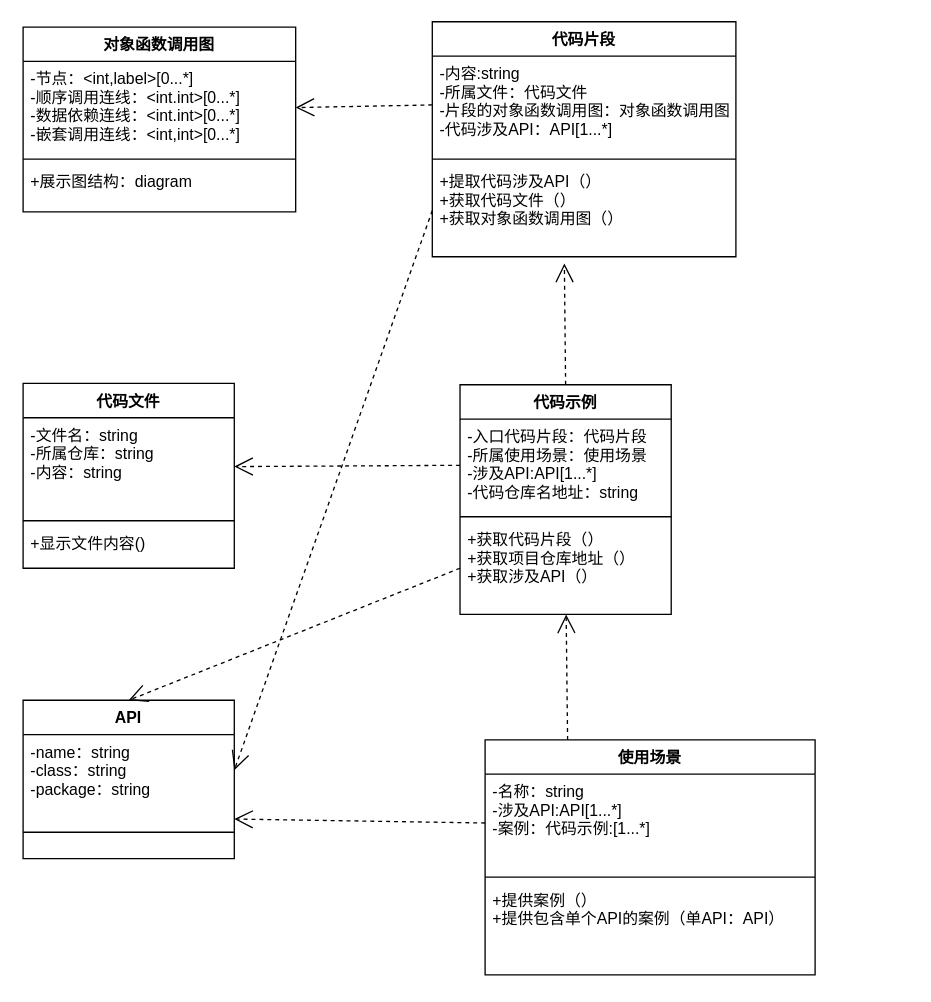
Earlier version of the draw.io diagram class.drawio (quackson/Class_pic). Source tidied: cells renumbered, new cells numbered last; positions are measured from the earlier drawing's top-left corner, leaving out a move shared by most shapes. Both pictures are drawn from the tidied source at 132%, with x=0, y=0 at pixel (22, 21).
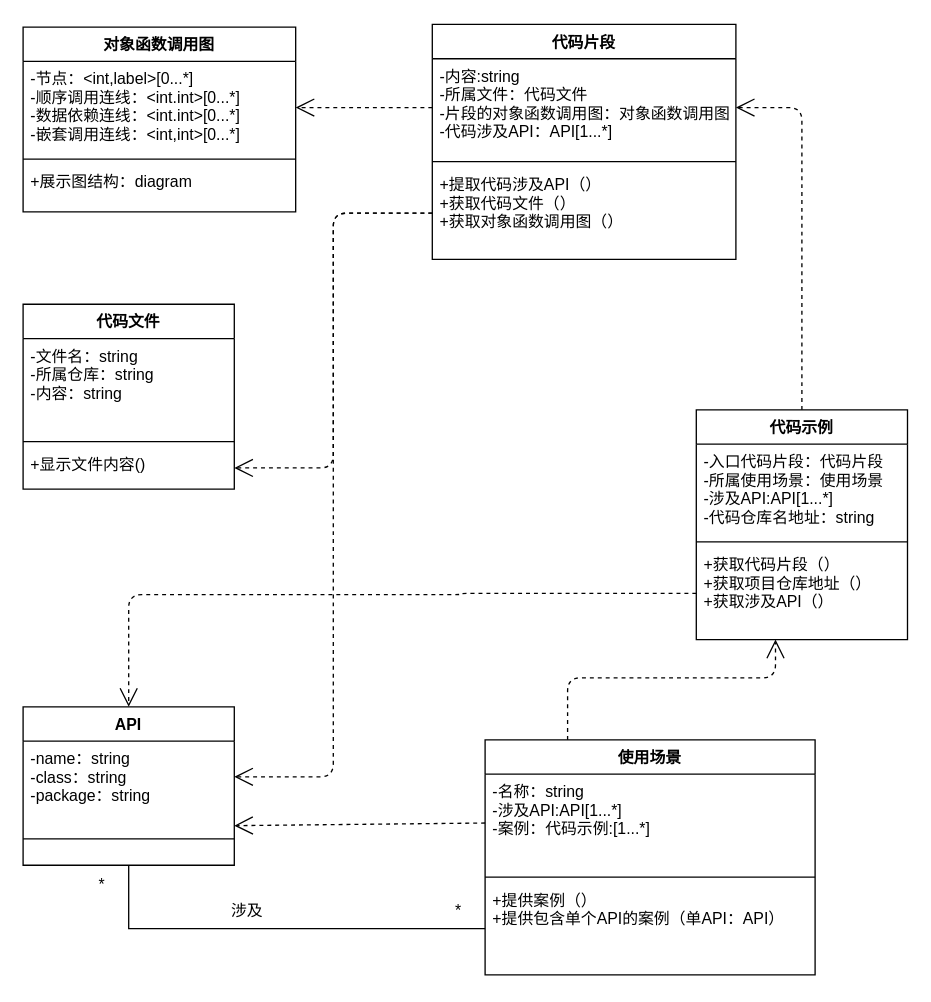
The same page after the edit.

The change refers to these unchanged cells:
```xml
<mxCell id="3" value="-入口代码片段：代码片段&#10;-所属使用场景：使用场景&#10;-涉及API:API[1...*]&#10;-代码仓库名地址：string" style="text;strokeColor=none;fillColor=none;align=left;verticalAlign=top;spacingLeft=4;spacingRight=4;overflow=hidden;points=[[0,0.5],[1,0.5]];portConstraint=eastwest;" parent="2" vertex="1">
  <mxGeometry y="26" width="160" height="70" as="geometry" />
</mxCell>
<mxCell id="5" value="+获取代码片段（）&#10;+获取项目仓库地址（）&#10;+获取涉及API（）" style="text;strokeColor=none;fillColor=none;align=left;verticalAlign=top;spacingLeft=4;spacingRight=4;overflow=hidden;points=[[0,0.5],[1,0.5]];portConstraint=eastwest;" parent="2" vertex="1">
  <mxGeometry y="104" width="160" height="70" as="geometry" />
</mxCell>
<mxCell id="7" value="-内容:string&#10;-所属文件：代码文件&#10;-片段的对象函数调用图：对象函数调用图&#10;-代码涉及API：API[1...*]" style="text;strokeColor=none;fillColor=none;align=left;verticalAlign=top;spacingLeft=4;spacingRight=4;overflow=hidden;points=[[0,0.5],[1,0.5]];portConstraint=eastwest;" parent="6" vertex="1">
  <mxGeometry y="26" width="230" height="74" as="geometry" />
</mxCell>
<mxCell id="9" value="+提取代码涉及API（）&#10;+获取代码文件（）&#10;+获取对象函数调用图（）" style="text;strokeColor=none;fillColor=none;align=left;verticalAlign=top;spacingLeft=4;spacingRight=4;overflow=hidden;points=[[0,0.5],[1,0.5]];portConstraint=eastwest;" parent="6" vertex="1">
  <mxGeometry y="108" width="230" height="70" as="geometry" />
</mxCell>
<mxCell id="11" value="-节点：&lt;int,label&gt;[0...*]&#10;-顺序调用连线：&lt;int.int&gt;[0...*]&#10;-数据依赖连线：&lt;int.int&gt;[0...*]&#10;-嵌套调用连线：&lt;int,int&gt;[0...*]" style="text;strokeColor=none;fillColor=none;align=left;verticalAlign=top;spacingLeft=4;spacingRight=4;overflow=hidden;points=[[0,0.5],[1,0.5]];portConstraint=eastwest;" parent="10" vertex="1">
  <mxGeometry y="26" width="206.5" height="70" as="geometry" />
</mxCell>
<mxCell id="15" value="-文件名：string&#10;-所属仓库：string&#10;-内容：string" style="text;strokeColor=none;fillColor=none;align=left;verticalAlign=top;spacingLeft=4;spacingRight=4;overflow=hidden;points=[[0,0.5],[1,0.5]];portConstraint=eastwest;" parent="14" vertex="1">
  <mxGeometry y="26" width="160" height="74" as="geometry" />
</mxCell>
<mxCell id="17" value="+显示文件内容()&#10;" style="text;strokeColor=none;fillColor=none;align=left;verticalAlign=top;spacingLeft=4;spacingRight=4;overflow=hidden;points=[[0,0.5],[1,0.5]];portConstraint=eastwest;" parent="14" vertex="1">
  <mxGeometry y="108" width="160" height="32" as="geometry" />
</mxCell>
<mxCell id="19" value="-name：string&#10;-class：string&#10;-package：string" style="text;strokeColor=none;fillColor=none;align=left;verticalAlign=top;spacingLeft=4;spacingRight=4;overflow=hidden;points=[[0,0.5],[1,0.5]];portConstraint=eastwest;" parent="18" vertex="1">
  <mxGeometry y="26" width="160" height="54" as="geometry" />
</mxCell>
<mxCell id="21" value="使用场景" style="swimlane;fontStyle=1;align=center;verticalAlign=top;horizontal=1;startSize=26;" parent="1" vertex="1">
  <mxGeometry x="350" y="544" width="250" height="178" as="geometry" />
</mxCell>
<mxCell id="24" value="+提供案例（）&#10;+提供包含单个API的案例（单API：API）" style="text;strokeColor=none;fillColor=none;align=left;verticalAlign=top;spacingLeft=4;spacingRight=4;overflow=hidden;points=[[0,0.5],[1,0.5]];portConstraint=eastwest;" parent="21" vertex="1">
  <mxGeometry y="108" width="250" height="70" as="geometry" />
</mxCell>
```

Change to the diagram source:
```diff
@@
     <mxCell id="2" value="代码示例" style="swimlane;fontStyle=1;align=center;verticalAlign=top;horizontal=1;startSize=26;" parent="1" vertex="1">
-      <mxGeometry x="331" y="275" width="160" height="174" as="geometry" />
+      <mxGeometry x="510" y="294" width="160" height="174" as="geometry" />
     </mxCell>
@@
     <mxCell id="6" value="代码片段" style="swimlane;fontStyle=1;align=center;verticalAlign=top;horizontal=1;startSize=26;" parent="1" vertex="1">
-      <mxGeometry x="310" width="230" height="178" as="geometry" />
+      <mxGeometry x="310" y="2" width="230" height="178" as="geometry" />
     </mxCell>
@@
     <mxCell id="14" value="代码文件" style="swimlane;fontStyle=1;align=center;verticalAlign=top;horizontal=1;startSize=26;" parent="1" vertex="1">
-      <mxGeometry y="274" width="160" height="140" as="geometry" />
+      <mxGeometry y="214" width="160" height="140" as="geometry" />
     </mxCell>
@@
     <mxCell id="18" value="API" style="swimlane;fontStyle=1;align=center;verticalAlign=top;horizontal=1;startSize=26;" parent="1" vertex="1">
-      <mxGeometry y="514" width="160" height="120" as="geometry" />
+      <mxGeometry y="519" width="160" height="120" as="geometry" />
     </mxCell>
@@
-    <mxCell id="25" style="endArrow=open;endSize=12;dashed=1;html=1;exitX=0;exitY=0.5;exitDx=0;exitDy=0;entryX=1;entryY=0.5;entryDx=0;entryDy=0;" parent="1" edge="1" source="3" target="15">
-      <mxGeometry relative="1" as="geometry" />
-    </mxCell>
-    <mxCell id="26" style="endArrow=open;endSize=12;dashed=1;html=1;exitX=0;exitY=0.5;exitDx=0;exitDy=0;entryX=1;entryY=0.5;entryDx=0;entryDy=0;" parent="1" edge="1" source="7" target="11">
+    <mxCell id="26" style="endArrow=open;endSize=12;dashed=1;html=1;exitX=0;exitY=0.5;exitDx=0;exitDy=0;entryX=1;entryY=0.5;entryDx=0;entryDy=0;edgeStyle=orthogonalEdgeStyle;" parent="1" edge="1" source="7" target="11">
       <mxGeometry relative="1" as="geometry" />
     </mxCell>
-    <mxCell id="27" style="endArrow=open;endSize=12;dashed=1;html=1;exitX=0.5;exitY=0;exitDx=0;exitDy=0;entryX=0.435;entryY=1.074;entryDx=0;entryDy=0;entryPerimeter=0;" parent="1" edge="1" source="2" target="9">
+    <mxCell id="27" style="endArrow=open;endSize=12;dashed=1;html=1;exitX=0.5;exitY=0;exitDx=0;exitDy=0;entryX=1;entryY=0.5;entryDx=0;entryDy=0;edgeStyle=orthogonalEdgeStyle;" parent="1" edge="1" source="2" target="7">
       <mxGeometry relative="1" as="geometry" />
     </mxCell>
-    <mxCell id="28" style="endArrow=open;endSize=12;dashed=1;html=1;exitX=0;exitY=0.5;exitDx=0;exitDy=0;entryX=0.5;entryY=0;entryDx=0;entryDy=0;" parent="1" edge="1" source="5" target="18">
-      <mxGeometry relative="1" as="geometry" />
+    <mxCell id="28" style="endArrow=open;endSize=12;dashed=1;html=1;exitX=0;exitY=0.5;exitDx=0;exitDy=0;entryX=0.5;entryY=0;entryDx=0;entryDy=0;edgeStyle=orthogonalEdgeStyle;" parent="1" edge="1" source="5" target="18">
+      <mxGeometry relative="1" as="geometry">
+        <Array as="points">
+          <mxPoint x="331" y="434" />
+          <mxPoint x="80" y="434" />
+        </Array>
+      </mxGeometry>
     </mxCell>
-    <mxCell id="29" style="endArrow=open;endSize=12;dashed=1;html=1;exitX=0;exitY=0.5;exitDx=0;exitDy=0;entryX=1;entryY=0.5;entryDx=0;entryDy=0;" parent="1" edge="1" source="9" target="19">
+    <mxCell id="29" style="endArrow=open;endSize=12;dashed=1;html=1;exitX=0;exitY=0.5;exitDx=0;exitDy=0;entryX=1;entryY=0.5;entryDx=0;entryDy=0;edgeStyle=orthogonalEdgeStyle;" parent="1" edge="1" source="9" target="19">
       <mxGeometry relative="1" as="geometry" />
     </mxCell>
@@
-    <mxCell id="31" style="endArrow=open;endSize=12;dashed=1;html=1;exitX=0.25;exitY=0;exitDx=0;exitDy=0;" parent="1" edge="1" source="21" target="5">
-      <mxGeometry relative="1" as="geometry" />
+    <mxCell id="31" style="endArrow=open;endSize=12;dashed=1;html=1;exitX=0.25;exitY=0;exitDx=0;exitDy=0;edgeStyle=orthogonalEdgeStyle;" parent="1" edge="1" source="21" target="5">
+      <mxGeometry relative="1" as="geometry">
+        <Array as="points">
+          <mxPoint x="413" y="497" />
+          <mxPoint x="570" y="497" />
+          <mxPoint x="570" y="414" />
+        </Array>
+      </mxGeometry>
     </mxCell>
+    <mxCell id="32" style="rounded=0;jettySize=auto;html=1;exitX=0;exitY=0.5;exitDx=0;exitDy=0;entryX=0.5;entryY=1;entryDx=0;entryDy=0;edgeStyle=orthogonalEdgeStyle;endArrow=none;endFill=0;" parent="1" edge="1" source="24" target="18">
+      <mxGeometry relative="1" as="geometry" />
+    </mxCell>
+    <mxCell id="33" value="*" style="text;html=1;strokeColor=none;fillColor=none;align=center;verticalAlign=middle;whiteSpace=wrap;rounded=0;" parent="1" vertex="1">
+      <mxGeometry x="40" y="644" width="40" height="20" as="geometry" />
+    </mxCell>
+    <mxCell id="34" value="*" style="text;html=1;strokeColor=none;fillColor=none;align=center;verticalAlign=middle;whiteSpace=wrap;rounded=0;" parent="1" vertex="1">
+      <mxGeometry x="310" y="664" width="40" height="20" as="geometry" />
+    </mxCell>
+    <mxCell id="35" value="涉及" style="text;html=1;strokeColor=none;fillColor=none;align=center;verticalAlign=middle;whiteSpace=wrap;rounded=0;" parent="1" vertex="1">
+      <mxGeometry x="150" y="664" width="40" height="20" as="geometry" />
+    </mxCell>
+    <mxCell id="36" style="endArrow=open;endSize=12;dashed=1;html=1;exitX=0;exitY=0.5;exitDx=0;exitDy=0;entryX=1;entryY=0.5;entryDx=0;entryDy=0;edgeStyle=orthogonalEdgeStyle;" parent="1" edge="1" source="9" target="17">
+      <mxGeometry relative="1" as="geometry" />
+    </mxCell>
```
